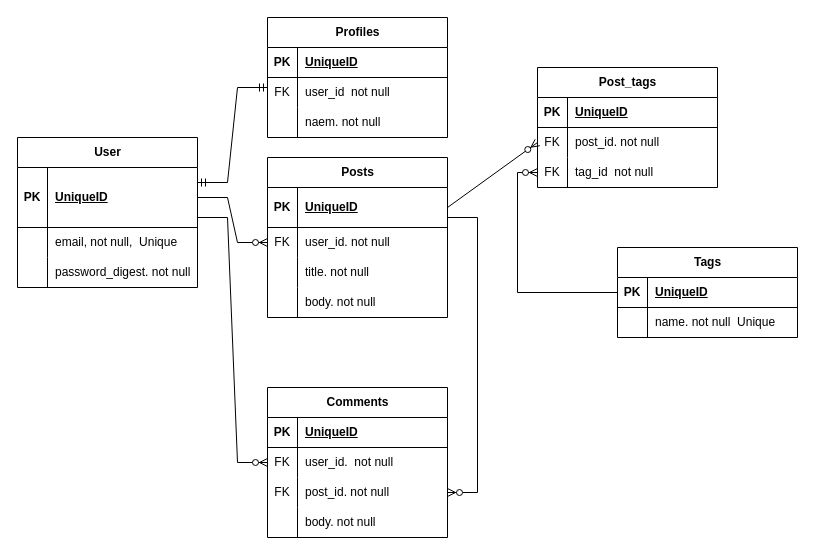
This is Runteq中間試験用.drawio from terananay/ER-, a draw.io file, before an edit. Source tidied: cells renumbered, new cells numbered last; positions are measured from the earlier drawing's top-left corner, leaving out a move shared by most shapes. Both pictures are drawn from the tidied source at 100%, with x=0, y=0 at pixel (17, 17).
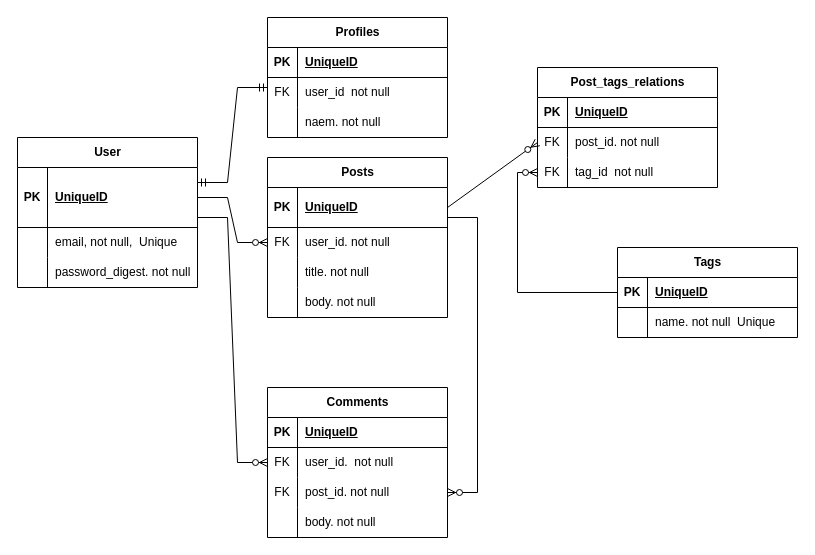
After the change.

Commit message (it also covers changes not shown here):
Runteq中間試験用.drawio を更新します

The edit, as a diff of the source:
```diff
@@
-    <mxCell id="55" value="Post_tags" style="shape=table;startSize=30;childLayout=tableLayout;rowLines=0;fontStyle=1;align=center;html=1;" parent="1" vertex="1">
+    <mxCell id="55" value="Post_tags_relations" style="shape=table;startSize=30;childLayout=tableLayout;rowLines=0;fontStyle=1;align=center;html=1;" parent="1" vertex="1">
       <mxGeometry x="520" y="50" width="180" height="120" as="geometry" />
     </mxCell>
```
